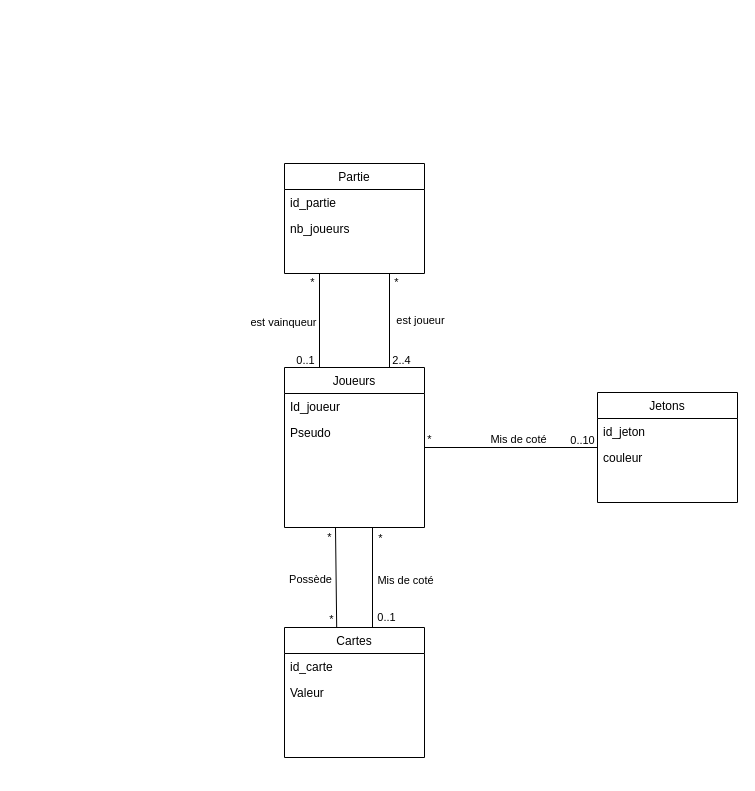
Above: Diagrammes/Diagramme classe Maxence.drawio in Igniiis/projet_splendor (draw.io), before the change. Source tidied: cells renumbered, new cells numbered last; positions are measured from the earlier drawing's top-left corner, leaving out a move shared by most shapes. Both pictures are drawn from the tidied source at 100%, with x=0, y=0 at pixel (284, 163).
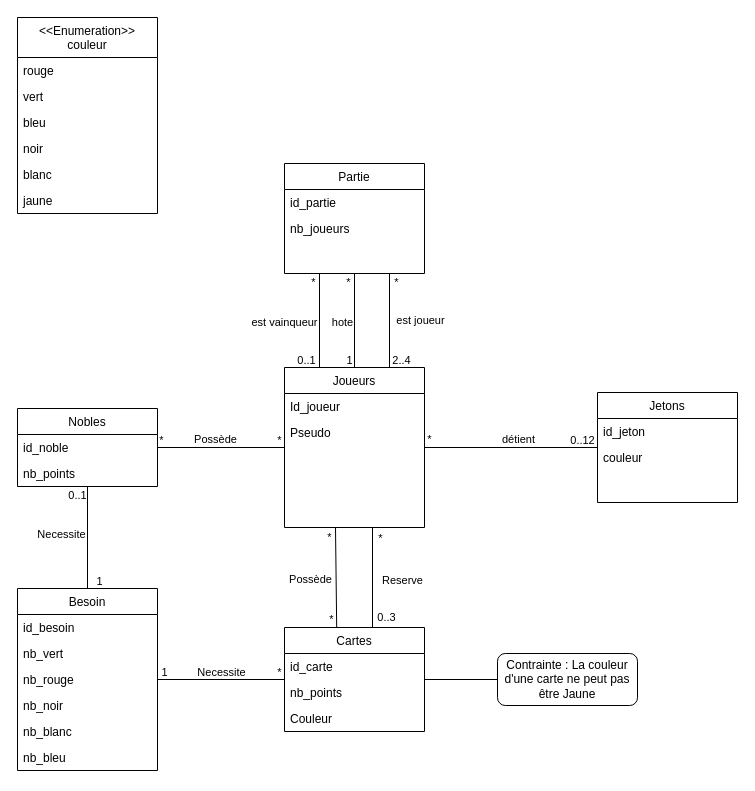
After the change.

Commit message:
Mettre à jour Diagramme classe Maxence.drawio

Unchanged cells that the change refers to:
```xml
<mxCell id="2" value="Joueurs" style="swimlane;fontStyle=0;align=center;verticalAlign=top;horizontal=1;startSize=26;rounded=0;shadow=0;strokeWidth=1;" parent="1" vertex="1">
  <mxGeometry y="204" width="140" height="160" as="geometry" />
</mxCell>
<mxCell id="12" style="endArrow=none;html=1;rounded=0;" parent="1" edge="1">
  <mxGeometry relative="1" as="geometry">
    <mxPoint x="88" y="464" as="sourcePoint" />
    <mxPoint x="88" y="364" as="targetPoint" />
  </mxGeometry>
</mxCell>
<mxCell id="19" style="endArrow=none;html=1;rounded=0;" parent="1" edge="1" source="2" target="16">
  <mxGeometry relative="1" as="geometry" />
</mxCell>
<mxCell id="27" value="Partie" style="swimlane;fontStyle=0;align=center;verticalAlign=top;horizontal=1;startSize=26;rounded=0;shadow=0;strokeWidth=1;" parent="1" vertex="1">
  <mxGeometry width="140" height="110" as="geometry" />
</mxCell>
```

Change to the diagram source:
```diff
@@
     <mxCell id="5" value="Cartes" style="swimlane;fontStyle=0;align=center;verticalAlign=top;horizontal=1;startSize=26;rounded=0;shadow=0;strokeWidth=1;" parent="1" vertex="1">
-      <mxGeometry y="464" width="140" height="130" as="geometry" />
+      <mxGeometry y="464" width="140" height="104" as="geometry" />
     </mxCell>
@@
-    <mxCell id="7" value="Valeur" style="text;align=left;verticalAlign=top;spacingLeft=4;spacingRight=4;overflow=hidden;" parent="5" vertex="1">
+    <mxCell id="7" value="nb_points" style="text;align=left;verticalAlign=top;spacingLeft=4;spacingRight=4;overflow=hidden;" parent="5" vertex="1">
       <mxGeometry y="52" width="140" height="26" as="geometry" />
     </mxCell>
+    <mxCell id="34" value="Couleur" style="text;align=left;verticalAlign=top;spacingLeft=4;spacingRight=4;overflow=hidden;" parent="5" vertex="1">
+      <mxGeometry y="78" width="140" height="26" as="geometry" />
+    </mxCell>
@@
-    <mxCell id="13" value="Mis de coté" style="edgeLabel;html=1;align=center;verticalAlign=middle;" parent="12" vertex="1">
+    <mxCell id="13" value="Reserve" style="edgeLabel;html=1;align=center;verticalAlign=middle;" parent="12" vertex="1">
       <mxGeometry x="0.11" y="2" relative="1" as="geometry">
-        <mxPoint x="34" y="8" as="offset" />
+        <mxPoint x="31" y="8" as="offset" />
       </mxGeometry>
     </mxCell>
-    <mxCell id="14" value="0..1" style="edgeLabel;html=1;align=center;verticalAlign=middle;" parent="12" vertex="1">
+    <mxCell id="14" value="0..3" style="edgeLabel;html=1;align=center;verticalAlign=middle;" parent="12" vertex="1">
       <mxGeometry x="0.75" relative="1" as="geometry">
         <mxPoint x="13" y="77" as="offset" />
       </mxGeometry>
     </mxCell>
@@
-    <mxCell id="20" value="Mis de coté" style="edgeLabel;html=1;align=center;verticalAlign=middle;" parent="19" vertex="1">
+    <mxCell id="20" value="détient" style="edgeLabel;html=1;align=center;verticalAlign=middle;" parent="19" vertex="1">
       <mxGeometry x="0.11" y="2" relative="1" as="geometry">
         <mxPoint x="-3" y="-7" as="offset" />
       </mxGeometry>
     </mxCell>
@@
-    <mxCell id="22" value="0..10" style="edgeLabel;html=1;align=center;verticalAlign=middle;" parent="19" vertex="1">
+    <mxCell id="22" value="0..12" style="edgeLabel;html=1;align=center;verticalAlign=middle;" parent="19" vertex="1">
       <mxGeometry x="0.78" relative="1" as="geometry">
         <mxPoint x="3" y="-8" as="offset" />
       </mxGeometry>
     </mxCell>
@@
+    <mxCell id="35" value="Nobles" style="swimlane;fontStyle=0;align=center;verticalAlign=top;horizontal=1;startSize=26;rounded=0;shadow=0;strokeWidth=1;" parent="1" vertex="1">
+      <mxGeometry x="-267" y="245" width="140" height="78" as="geometry" />
+    </mxCell>
+    <mxCell id="36" value="id_noble" style="text;align=left;verticalAlign=top;spacingLeft=4;spacingRight=4;overflow=hidden;" parent="35" vertex="1">
+      <mxGeometry y="26" width="140" height="26" as="geometry" />
+    </mxCell>
+    <mxCell id="37" value="nb_points" style="text;align=left;verticalAlign=top;spacingLeft=4;spacingRight=4;overflow=hidden;rounded=0;shadow=0;html=0;" parent="35" vertex="1">
+      <mxGeometry y="52" width="140" height="26" as="geometry" />
+    </mxCell>
+    <mxCell id="38" style="endArrow=none;html=1;rounded=0;" parent="1" edge="1" source="35" target="2">
+      <mxGeometry relative="1" as="geometry" />
+    </mxCell>
+    <mxCell id="39" value="Possède" style="edgeLabel;html=1;align=center;verticalAlign=middle;" parent="38" vertex="1">
+      <mxGeometry x="0.11" y="2" relative="1" as="geometry">
+        <mxPoint x="-13" y="-7" as="offset" />
+      </mxGeometry>
+    </mxCell>
+    <mxCell id="40" value="*" style="edgeLabel;html=1;align=center;verticalAlign=middle;" parent="38" vertex="1">
+      <mxGeometry x="0.89" y="1" relative="1" as="geometry">
+        <mxPoint x="1" y="-7" as="offset" />
+      </mxGeometry>
+    </mxCell>
+    <mxCell id="41" value="*" style="edgeLabel;html=1;align=center;verticalAlign=middle;" parent="38" vertex="1">
+      <mxGeometry x="-0.81" y="-3" relative="1" as="geometry">
+        <mxPoint x="-9" y="-11" as="offset" />
+      </mxGeometry>
+    </mxCell>
+    <mxCell id="42" style="endArrow=none;html=1;rounded=0;" parent="1" edge="1" source="27" target="2">
+      <mxGeometry relative="1" as="geometry" />
+    </mxCell>
+    <mxCell id="43" value="hote" style="edgeLabel;html=1;align=center;verticalAlign=middle;" parent="42" vertex="1">
+      <mxGeometry x="0.11" y="2" relative="1" as="geometry">
+        <mxPoint x="-15" y="-4" as="offset" />
+      </mxGeometry>
+    </mxCell>
+    <mxCell id="44" value="*" style="edgeLabel;html=1;align=center;verticalAlign=middle;" parent="42" vertex="1">
+      <mxGeometry x="0.75" relative="1" as="geometry">
+        <mxPoint x="-7" y="-74" as="offset" />
+      </mxGeometry>
+    </mxCell>
+    <mxCell id="45" value="1" style="edgeLabel;html=1;align=center;verticalAlign=middle;" parent="42" vertex="1">
+      <mxGeometry x="0.78" relative="1" as="geometry">
+        <mxPoint x="-6" y="2" as="offset" />
+      </mxGeometry>
+    </mxCell>
+    <mxCell id="46" value="Besoin" style="swimlane;fontStyle=0;align=center;verticalAlign=top;horizontal=1;startSize=26;rounded=0;shadow=0;strokeWidth=1;" parent="1" vertex="1">
+      <mxGeometry x="-267" y="425" width="140" height="182" as="geometry" />
+    </mxCell>
+    <mxCell id="47" value="id_besoin" style="text;align=left;verticalAlign=top;spacingLeft=4;spacingRight=4;overflow=hidden;" parent="46" vertex="1">
+      <mxGeometry y="26" width="140" height="26" as="geometry" />
+    </mxCell>
+    <mxCell id="48" value="nb_vert" style="text;align=left;verticalAlign=top;spacingLeft=4;spacingRight=4;overflow=hidden;" parent="46" vertex="1">
+      <mxGeometry y="52" width="140" height="26" as="geometry" />
+    </mxCell>
+    <mxCell id="49" value="nb_rouge" style="text;align=left;verticalAlign=top;spacingLeft=4;spacingRight=4;overflow=hidden;" parent="46" vertex="1">
+      <mxGeometry y="78" width="140" height="26" as="geometry" />
+    </mxCell>
+    <mxCell id="50" value="nb_noir" style="text;align=left;verticalAlign=top;spacingLeft=4;spacingRight=4;overflow=hidden;" parent="46" vertex="1">
+      <mxGeometry y="104" width="140" height="26" as="geometry" />
+    </mxCell>
+    <mxCell id="51" value="nb_blanc" style="text;align=left;verticalAlign=top;spacingLeft=4;spacingRight=4;overflow=hidden;" parent="46" vertex="1">
+      <mxGeometry y="130" width="140" height="26" as="geometry" />
+    </mxCell>
+    <mxCell id="52" value="nb_bleu" style="text;align=left;verticalAlign=top;spacingLeft=4;spacingRight=4;overflow=hidden;" parent="46" vertex="1">
+      <mxGeometry y="156" width="140" height="26" as="geometry" />
+    </mxCell>
+    <mxCell id="53" style="endArrow=none;html=1;rounded=0;" parent="1" edge="1" source="35" target="46">
+      <mxGeometry relative="1" as="geometry" />
+    </mxCell>
+    <mxCell id="54" value="Necessite" style="edgeLabel;html=1;align=center;verticalAlign=middle;" parent="53" vertex="1">
+      <mxGeometry x="0.11" y="2" relative="1" as="geometry">
+        <mxPoint x="-29" y="-10" as="offset" />
+      </mxGeometry>
+    </mxCell>
+    <mxCell id="55" value="1" style="edgeLabel;html=1;align=center;verticalAlign=middle;" parent="53" vertex="1">
+      <mxGeometry x="0.89" y="1" relative="1" as="geometry">
+        <mxPoint x="10" y="-2" as="offset" />
+      </mxGeometry>
+    </mxCell>
+    <mxCell id="56" value="0..1" style="edgeLabel;html=1;align=center;verticalAlign=middle;" parent="53" vertex="1">
+      <mxGeometry x="-0.81" y="-3" relative="1" as="geometry">
+        <mxPoint x="-8" y="-2" as="offset" />
+      </mxGeometry>
+    </mxCell>
+    <mxCell id="57" style="endArrow=none;html=1;rounded=0;" parent="1" edge="1" source="5" target="46">
+      <mxGeometry relative="1" as="geometry" />
+    </mxCell>
+    <mxCell id="58" value="Necessite" style="edgeLabel;html=1;align=center;verticalAlign=middle;" parent="57" vertex="1">
+      <mxGeometry x="0.11" y="2" relative="1" as="geometry">
+        <mxPoint x="6" y="-10" as="offset" />
+      </mxGeometry>
+    </mxCell>
+    <mxCell id="59" value="1" style="edgeLabel;html=1;align=center;verticalAlign=middle;" parent="57" vertex="1">
+      <mxGeometry x="0.89" y="1" relative="1" as="geometry">
+        <mxPoint x="-1" y="-9" as="offset" />
+      </mxGeometry>
+    </mxCell>
+    <mxCell id="60" value="*" style="edgeLabel;html=1;align=center;verticalAlign=middle;" parent="57" vertex="1">
+      <mxGeometry x="-0.81" y="-3" relative="1" as="geometry">
+        <mxPoint x="6" y="-5" as="offset" />
+      </mxGeometry>
+    </mxCell>
+    <mxCell id="61" value="&lt;&lt;Enumeration&gt;&gt;&#10;couleur" style="swimlane;fontStyle=0;align=center;verticalAlign=top;horizontal=1;startSize=40;rounded=0;shadow=0;strokeWidth=1;" parent="1" vertex="1">
+      <mxGeometry x="-267" y="-146" width="140" height="196" as="geometry" />
+    </mxCell>
+    <mxCell id="62" value="rouge" style="text;align=left;verticalAlign=top;spacingLeft=4;spacingRight=4;overflow=hidden;" parent="61" vertex="1">
+      <mxGeometry y="40" width="140" height="26" as="geometry" />
+    </mxCell>
+    <mxCell id="63" value="vert" style="text;align=left;verticalAlign=top;spacingLeft=4;spacingRight=4;overflow=hidden;rounded=0;shadow=0;html=0;" parent="61" vertex="1">
+      <mxGeometry y="66" width="140" height="26" as="geometry" />
+    </mxCell>
+    <mxCell id="64" value="bleu" style="text;align=left;verticalAlign=top;spacingLeft=4;spacingRight=4;overflow=hidden;rounded=0;shadow=0;html=0;" parent="61" vertex="1">
+      <mxGeometry y="92" width="140" height="26" as="geometry" />
+    </mxCell>
+    <mxCell id="65" value="noir" style="text;align=left;verticalAlign=top;spacingLeft=4;spacingRight=4;overflow=hidden;rounded=0;shadow=0;html=0;" parent="61" vertex="1">
+      <mxGeometry y="118" width="140" height="26" as="geometry" />
+    </mxCell>
+    <mxCell id="66" value="blanc" style="text;align=left;verticalAlign=top;spacingLeft=4;spacingRight=4;overflow=hidden;rounded=0;shadow=0;html=0;" parent="61" vertex="1">
+      <mxGeometry y="144" width="140" height="26" as="geometry" />
+    </mxCell>
+    <mxCell id="67" value="jaune" style="text;align=left;verticalAlign=top;spacingLeft=4;spacingRight=4;overflow=hidden;rounded=0;shadow=0;html=0;" parent="61" vertex="1">
+      <mxGeometry y="170" width="140" height="26" as="geometry" />
+    </mxCell>
+    <mxCell id="68" style="endArrow=none;html=1;rounded=0;" parent="1" edge="1" source="5" target="69">
+      <mxGeometry relative="1" as="geometry" />
+    </mxCell>
+    <mxCell id="69" value="Contrainte : La couleur d'une carte ne peut pas être Jaune" style="rounded=1;whiteSpace=wrap;html=1;" parent="1" vertex="1">
+      <mxGeometry x="213" y="490" width="140" height="52" as="geometry" />
+    </mxCell>
```
